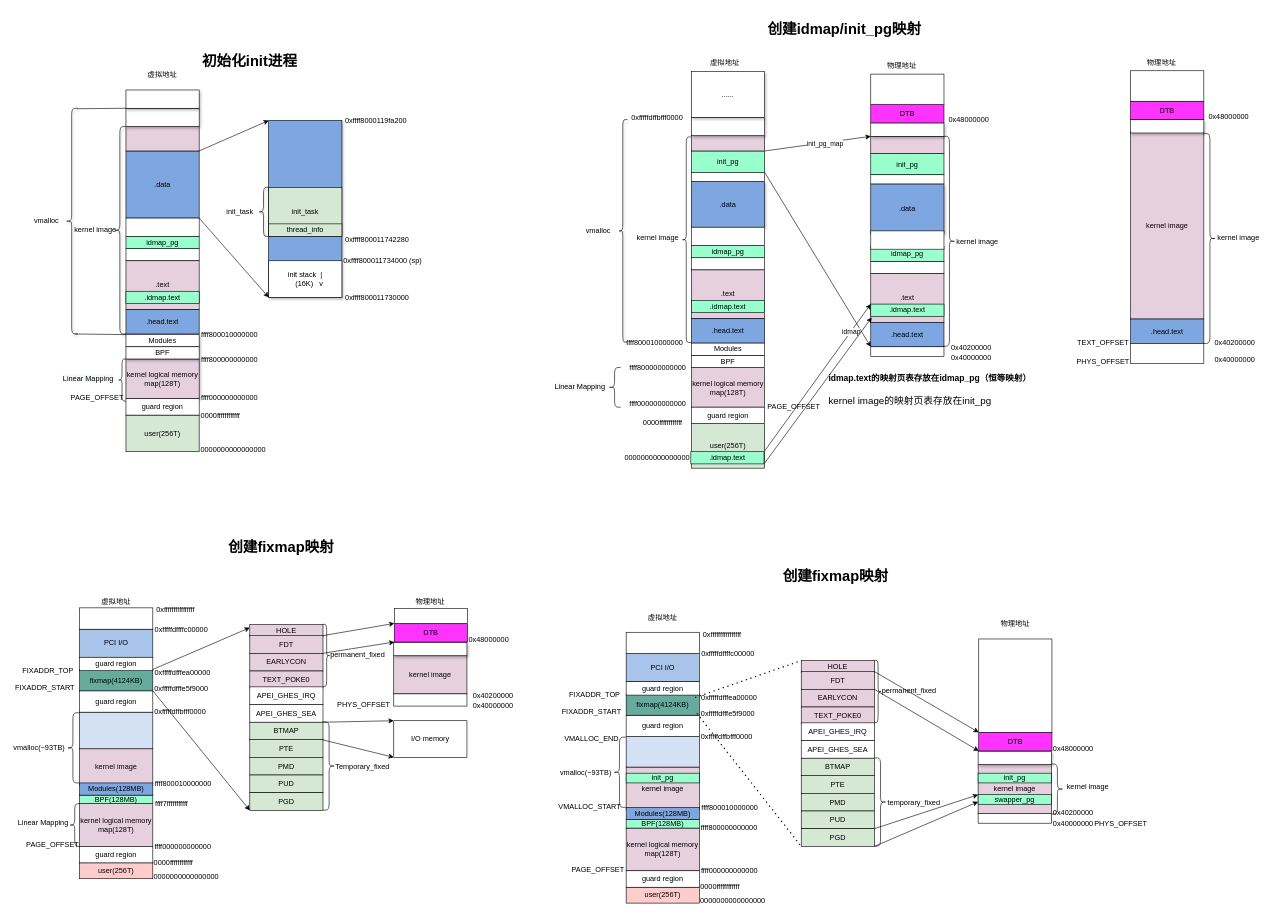
This is kernel_start.drawio from jasonactions/graph, a draw.io file, before an edit. Source tidied: cells renumbered, new cells numbered last; positions are measured from the earlier drawing's top-left corner, leaving out a move shared by most shapes. Both pictures are drawn from the tidied source at 61%, with x=0, y=0 at pixel (10, 16).
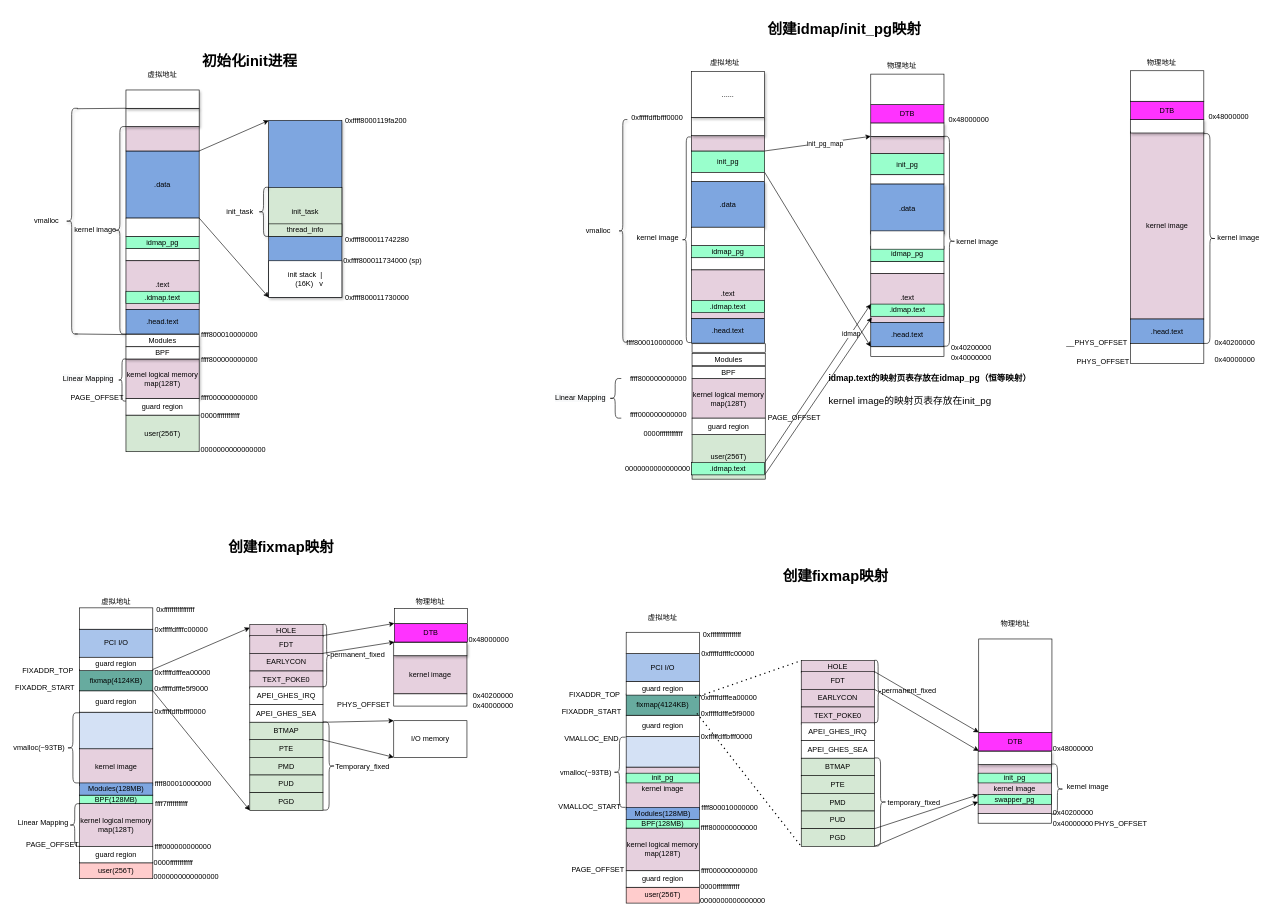
The same diagram, later.

Change to the diagram source:
```diff
@@
     <mxCell id="25" value="kernel logical memory map(128T)" style="rounded=0;whiteSpace=wrap;html=1;shadow=0;fillColor=#E6D0DE;" parent="1" vertex="1">
-      <mxGeometry x="1116" y="575" width="120" height="65" as="geometry" />
+      <mxGeometry x="1117" y="593" width="120" height="65" as="geometry" />
     </mxCell>
@@
     <mxCell id="29" value="0000000000000000" style="text;html=1;strokeColor=none;fillColor=none;align=center;verticalAlign=middle;whiteSpace=wrap;rounded=0;shadow=1;" parent="1" vertex="1">
-      <mxGeometry x="1010" y="713" width="100" height="20" as="geometry" />
+      <mxGeometry x="1011" y="731" width="100" height="20" as="geometry" />
     </mxCell>
     <mxCell id="30" value="ffff800000000000" style="text;html=1;strokeColor=none;fillColor=none;align=center;verticalAlign=middle;whiteSpace=wrap;rounded=0;shadow=1;" parent="1" vertex="1">
-      <mxGeometry x="1011" y="565" width="100" height="20" as="geometry" />
+      <mxGeometry x="1012" y="583" width="100" height="20" as="geometry" />
     </mxCell>
     <mxCell id="31" value="ffff000000000000" style="text;html=1;strokeColor=none;fillColor=none;align=center;verticalAlign=middle;whiteSpace=wrap;rounded=0;shadow=1;" parent="1" vertex="1">
-      <mxGeometry x="1006" y="625" width="110" height="20" as="geometry" />
+      <mxGeometry x="1007" y="643" width="110" height="20" as="geometry" />
     </mxCell>
     <mxCell id="32" value="BPF" style="rounded=0;whiteSpace=wrap;html=1;shadow=0;fillColor=#FFFFFF;" parent="1" vertex="1">
-      <mxGeometry x="1116" y="555" width="120" height="20" as="geometry" />
+      <mxGeometry x="1117" y="573" width="120" height="20" as="geometry" />
     </mxCell>
     <mxCell id="33" value="Modules" style="rounded=0;whiteSpace=wrap;html=1;shadow=0;fillColor=#FFFFFF;" parent="1" vertex="1">
-      <mxGeometry x="1116" y="535" width="120" height="20" as="geometry" />
+      <mxGeometry x="1117" y="552" width="120" height="20" as="geometry" />
     </mxCell>
@@
     <mxCell id="41" value="PAGE_OFFSET" style="text;html=1;strokeColor=none;fillColor=none;align=center;verticalAlign=middle;whiteSpace=wrap;rounded=0;shadow=1;" parent="1" vertex="1">
-      <mxGeometry x="1234" y="630" width="100" height="20" as="geometry" />
+      <mxGeometry x="1235" y="648" width="100" height="20" as="geometry" />
     </mxCell>
@@
     <mxCell id="149" value="user(256T)" style="rounded=0;whiteSpace=wrap;html=1;shadow=0;strokeColor=#000000;fillColor=#D5E8D4;" parent="1" vertex="1">
-      <mxGeometry x="1116" y="667" width="120" height="73" as="geometry" />
+      <mxGeometry x="1117" y="685" width="120" height="73" as="geometry" />
     </mxCell>
     <mxCell id="150" value=".idmap.text" style="rounded=0;whiteSpace=wrap;html=1;shadow=0;strokeColor=#000000;fillColor=#99FFCC;" parent="1" vertex="1">
-      <mxGeometry x="1115" y="713" width="120" height="20" as="geometry" />
+      <mxGeometry x="1116" y="731" width="120" height="20" as="geometry" />
     </mxCell>
@@
     <mxCell id="152" value="&lt;span style=&quot;color: rgb(0, 0, 0); font-family: helvetica; font-size: 12px; font-style: normal; font-weight: 400; letter-spacing: normal; text-align: center; text-indent: 0px; text-transform: none; word-spacing: 0px; background-color: rgb(248, 249, 250); display: inline; float: none;&quot;&gt;Linear Mapping&lt;/span&gt;" style="text;whiteSpace=wrap;html=1;" parent="1" vertex="1">
-      <mxGeometry x="890" y="592.5" width="110" height="30" as="geometry" />
+      <mxGeometry x="891" y="610.5" width="110" height="30" as="geometry" />
     </mxCell>
     <mxCell id="153" style="shape=curlyBracket;whiteSpace=wrap;html=1;rounded=1;shadow=0;strokeColor=#000000;fillColor=#99FFCC;" parent="1" vertex="1">
-      <mxGeometry x="980" y="575" width="20" height="65" as="geometry" />
+      <mxGeometry x="981" y="593" width="20" height="65" as="geometry" />
     </mxCell>
@@
     <mxCell id="237" value="guard region" style="rounded=0;whiteSpace=wrap;html=1;shadow=0;fillColor=#FFFFFF;" parent="1" vertex="1">
-      <mxGeometry x="1116" y="640" width="120" height="27" as="geometry" />
+      <mxGeometry x="1117" y="658" width="120" height="27" as="geometry" />
     </mxCell>
     <mxCell id="238" value="0000ffffffffffff" style="text;html=1;strokeColor=none;fillColor=none;align=center;verticalAlign=middle;whiteSpace=wrap;rounded=0;shadow=1;" parent="1" vertex="1">
-      <mxGeometry x="1040" y="656" width="58" height="20" as="geometry" />
+      <mxGeometry x="1041" y="674" width="58" height="20" as="geometry" />
     </mxCell>
@@
     <mxCell id="248" value="PHYS_OFFSET" style="text;html=1;strokeColor=none;fillColor=none;align=center;verticalAlign=middle;whiteSpace=wrap;rounded=0;" parent="1" vertex="1">
-      <mxGeometry x="1746" y="554.5" width="90" height="20" as="geometry" />
+      <mxGeometry x="1746" y="555" width="90" height="20" as="geometry" />
     </mxCell>
@@
-    <mxCell id="252" value="TEXT_OFFSET" style="text;html=1;strokeColor=none;fillColor=none;align=center;verticalAlign=middle;whiteSpace=wrap;rounded=0;" parent="1" vertex="1">
-      <mxGeometry x="1746" y="523.5" width="90" height="20" as="geometry" />
+    <mxCell id="252" value="__PHYS_OFFSET" style="text;html=1;strokeColor=none;fillColor=none;align=center;verticalAlign=middle;whiteSpace=wrap;rounded=0;" parent="1" vertex="1">
+      <mxGeometry x="1736" y="523.5" width="90" height="20" as="geometry" />
     </mxCell>
+    <mxCell id="253" style="rounded=0;whiteSpace=wrap;html=1;shadow=0;fillColor=#FFFFFF;" parent="1" vertex="1">
+      <mxGeometry x="1117" y="536" width="120" height="14" as="geometry" />
+    </mxCell>
```
